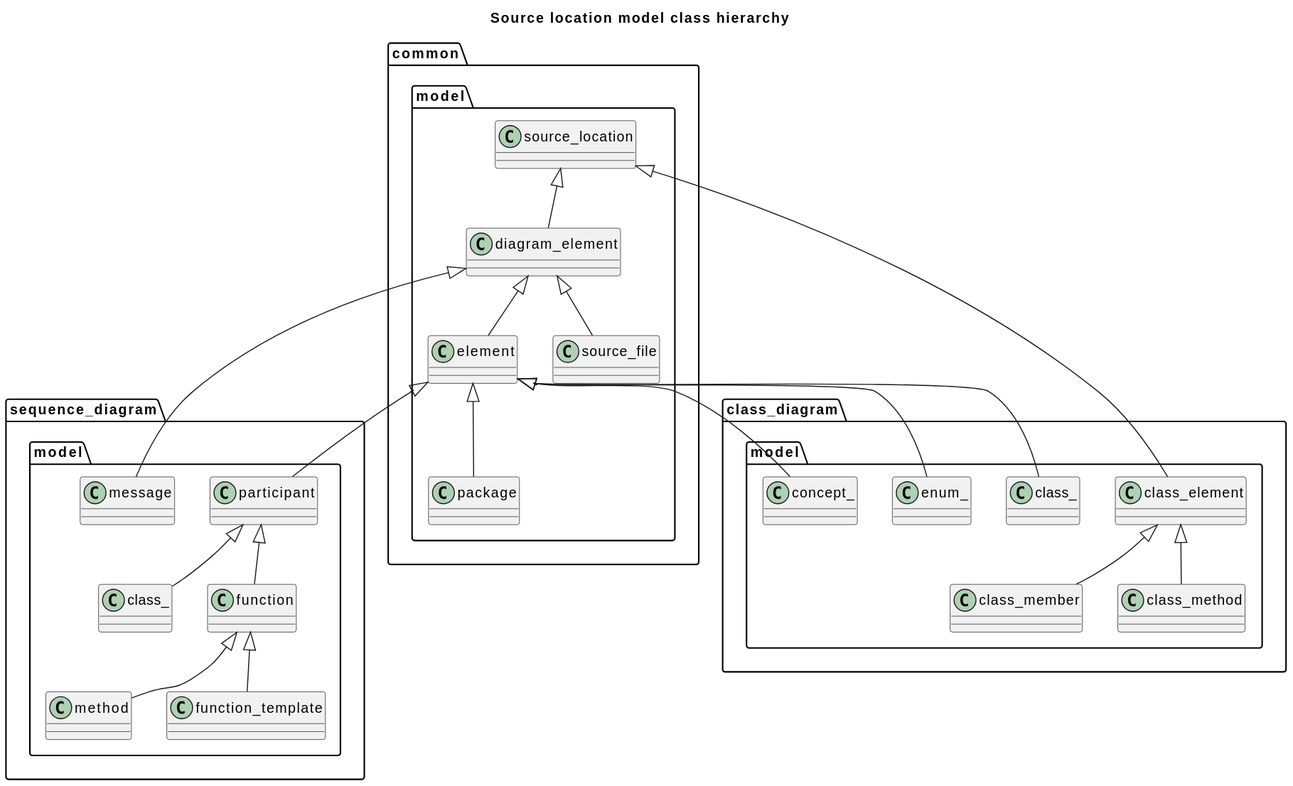
bkryza/clang-uml-examples keeps this PlantUML diagram as clang-uml/diagrams/source_location_hierarchy_class.svg. Above is the earlier version. Source of this version:
```plantuml
@startuml
title Source location model class hierarchy
package [common] as C_0000316605034920222648 {
package [model] as C_0000083721806430512831 {
class "source_location" as C_0000895261582183440230
class C_0000895261582183440230 [[classclanguml_1_1common_1_1model_1_1source__location.html{Base class of all diagram elements that have source location.}]] {
__
}
class "diagram_element" as C_0001073500714379115414
class C_0001073500714379115414 [[classclanguml_1_1common_1_1model_1_1diagram__element.html{Base class for standalone diagram elements.}]] {
__
}
class "element" as C_0002069520381434407937
class C_0002069520381434407937 [[classclanguml_1_1common_1_1model_1_1element.html{Base class for any element qualified by namespace.}]] {
__
}
class "source_file" as C_0000785714713072053129
class C_0000785714713072053129 [[classclanguml_1_1common_1_1model_1_1source__file.html{Diagram element representing some file or directory.}]] {
__
}
class "package" as C_0002143286684830686854
class C_0002143286684830686854 [[classclanguml_1_1common_1_1model_1_1package.html{Diagram element representing namespace or directory package}]] {
__
}
}
}
package [class_diagram] as C_0002240167036201725606 {
package [model] as C_0000897124234964432620 {
class "class_element" as C_0000605866861866358037
class C_0000605866861866358037 [[classclanguml_1_1class__diagram_1_1model_1_1class__element.html{Base class for class elements (e.g. member or method).}]] {
__
}
class "class_member" as C_0001796282762108527255
class C_0001796282762108527255 [[classclanguml_1_1class__diagram_1_1model_1_1class__member.html{Class member model.}]] {
__
}
class "class_method" as C_0000204145716468348671
class C_0000204145716468348671 [[classclanguml_1_1class__diagram_1_1model_1_1class__method.html{Class method model.}]] {
__
}
class "class_" as C_0001292034357466653182
class C_0001292034357466653182 [[classclanguml_1_1class__diagram_1_1model_1_1class__.html{Diagram element representing a class or class template.}]] {
__
}
class "enum_" as C_0000724392977093650506
class C_0000724392977093650506 [[classclanguml_1_1class__diagram_1_1model_1_1enum__.html{enum_}]] {
__
}
class "concept_" as C_0001374849051752224500
class C_0001374849051752224500 [[classclanguml_1_1class__diagram_1_1model_1_1concept__.html{Model of C++ concept.}]] {
__
}
}
}
package [sequence_diagram] as C_0001521862840957629236 {
package [model] as C_0002206969880830639264 {
class "participant" as C_0001400215772842495226
class C_0001400215772842495226 [[structclanguml_1_1sequence__diagram_1_1model_1_1participant.html{Base class for various types of sequence diagram participants}]] {
__
}
class "class_" as C_0000885514871619471610
class C_0000885514871619471610 [[structclanguml_1_1sequence__diagram_1_1model_1_1class__.html{Sequence diagram participant representing a class.}]] {
__
}
class "function" as C_0000232638456031681828
class C_0000232638456031681828 [[structclanguml_1_1sequence__diagram_1_1model_1_1function.html{Participant mode representing a free function.}]] {
__
}
class "method" as C_0000817665972547784504
class C_0000817665972547784504 [[structclanguml_1_1sequence__diagram_1_1model_1_1method.html{Participant model representing a method}]] {
__
}
class "function_template" as C_0002280191967493310558
class C_0002280191967493310558 [[structclanguml_1_1sequence__diagram_1_1model_1_1function__template.html{Participant model representing a function template.}]] {
__
}
class "message" as C_0002228653068706235818
class C_0002228653068706235818 [[classclanguml_1_1sequence__diagram_1_1model_1_1message.html{Model of a sequence diagram message.}]] {
__
}
}
}
C_0000895261582183440230 <|-- C_0001073500714379115414
C_0001073500714379115414 <|-- C_0002069520381434407937
C_0001073500714379115414 <|-- C_0000785714713072053129
C_0002069520381434407937 <|-- C_0002143286684830686854
C_0000895261582183440230 <|-- C_0000605866861866358037
C_0000605866861866358037 <|-- C_0001796282762108527255
C_0000605866861866358037 <|-- C_0000204145716468348671
C_0002069520381434407937 <|-- C_0001292034357466653182
C_0002069520381434407937 <|-- C_0000724392977093650506
C_0002069520381434407937 <|-- C_0001374849051752224500
C_0002069520381434407937 <|-- C_0001400215772842495226
C_0001400215772842495226 <|-- C_0000885514871619471610
C_0001400215772842495226 <|-- C_0000232638456031681828
C_0000232638456031681828 <|-- C_0000817665972547784504
C_0000232638456031681828 <|-- C_0002280191967493310558
C_0001073500714379115414 <|-- C_0002228653068706235818

@enduml
```
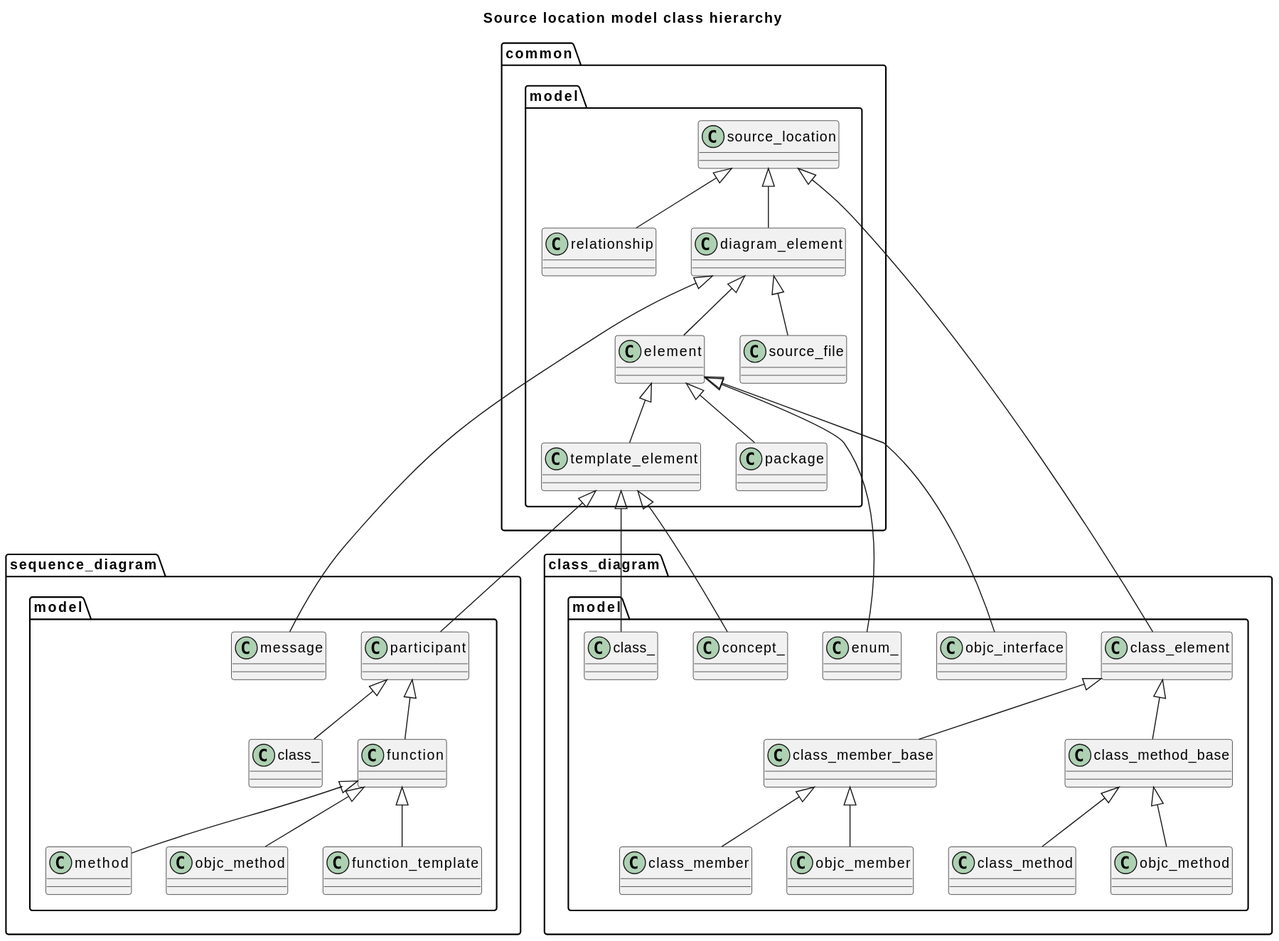
The same file after the commit.

Diff of the diagram source:
```diff
@@ -1,100 +1,140 @@
 @startuml
 title Source location model class hierarchy
-package [common] as C_0000316605034920222648 {
-package [model] as C_0000083721806430512831 {
-class "source_location" as C_0000895261582183440230
-class C_0000895261582183440230 [[classclanguml_1_1common_1_1model_1_1source__location.html{Base class of all diagram elements that have source location.}]] {
+package [common] as C_0002532840279361781187 {
+package [model] as C_0000669774451444102653 {
+class "source_location" as C_0007162092657467521843
+class C_0007162092657467521843 [[classclanguml_1_1common_1_1model_1_1source__location.html{Base class of all diagram elements that have source location.}]] {
 __
 }
-class "diagram_element" as C_0001073500714379115414
-class C_0001073500714379115414 [[classclanguml_1_1common_1_1model_1_1diagram__element.html{Base class for standalone diagram elements.}]] {
+class "relationship" as C_0016370694070378943411
+class C_0016370694070378943411 [[classclanguml_1_1common_1_1model_1_1relationship.html{Class representing any relationship other than inheritance}]] {
 __
 }
-class "element" as C_0002069520381434407937
-class C_0002069520381434407937 [[classclanguml_1_1common_1_1model_1_1element.html{Base class for any element qualified by namespace.}]] {
+class "diagram_element" as C_0008588005715032923314
+class C_0008588005715032923314 [[classclanguml_1_1common_1_1model_1_1diagram__element.html{Base class for standalone diagram elements.}]] {
 __
 }
-class "source_file" as C_0000785714713072053129
-class C_0000785714713072053129 [[classclanguml_1_1common_1_1model_1_1source__file.html{Diagram element representing some file or directory.}]] {
+class "element" as C_0016556163051475263500
+class C_0016556163051475263500 [[classclanguml_1_1common_1_1model_1_1element.html{Base class for any element qualified by namespace.}]] {
 __
 }
-class "package" as C_0002143286684830686854
-class C_0002143286684830686854 [[classclanguml_1_1common_1_1model_1_1package.html{Diagram element representing namespace or directory package}]] {
+class "template_element" as C_0013384831159811298387
+class C_0013384831159811298387 [[classclanguml_1_1common_1_1model_1_1template__element.html{Base class for any element qualified by namespace.}]] {
+__
+}
+class "source_file" as C_0006285717704576425038
+class C_0006285717704576425038 [[classclanguml_1_1common_1_1model_1_1source__file.html{Diagram element representing some file or directory.}]] {
+__
+}
+class "package" as C_0017146293478645494837
+class C_0017146293478645494837 [[classclanguml_1_1common_1_1model_1_1package.html{Diagram element representing namespace or directory package}]] {
 __
 }
 }
 }
-package [class_diagram] as C_0002240167036201725606 {
-package [model] as C_0000897124234964432620 {
-class "class_element" as C_0000605866861866358037
-class C_0000605866861866358037 [[classclanguml_1_1class__diagram_1_1model_1_1class__element.html{Base class for class elements (e.g. member or method).}]] {
+package [class_diagram] as C_0017921336289613804855 {
+package [model] as C_0007176993879715460962 {
+class "class_element" as C_0004846934894930864299
+class C_0004846934894930864299 [[classclanguml_1_1class__diagram_1_1model_1_1class__element.html{Base class for class elements (e.g. member or method).}]] {
 __
 }
-class "class_member" as C_0001796282762108527255
-class C_0001796282762108527255 [[classclanguml_1_1class__diagram_1_1model_1_1class__member.html{Class member model.}]] {
+class "class_member_base" as C_0014241292626575163322
+class C_0014241292626575163322 [[classclanguml_1_1class__diagram_1_1model_1_1class__member__base.html{Generic class member model.}]] {
 __
 }
-class "class_method" as C_0000204145716468348671
-class C_0000204145716468348671 [[classclanguml_1_1class__diagram_1_1model_1_1class__method.html{Class method model.}]] {
+class "class_member" as C_0014370262096868218046
+class C_0014370262096868218046 [[classclanguml_1_1class__diagram_1_1model_1_1class__member.html{Class member model.}]] {
 __
 }
-class "class_" as C_0001292034357466653182
-class C_0001292034357466653182 [[classclanguml_1_1class__diagram_1_1model_1_1class__.html{Diagram element representing a class or class template.}]] {
+class "class_method_base" as C_0018032026899693266441
+class C_0018032026899693266441 [[classclanguml_1_1class__diagram_1_1model_1_1class__method__base.html{Class method model.}]] {
 __
 }
-class "enum_" as C_0000724392977093650506
-class C_0000724392977093650506 [[classclanguml_1_1class__diagram_1_1model_1_1enum__.html{enum_}]] {
+class "class_method" as C_0001633165731746789371
+class C_0001633165731746789371 [[classclanguml_1_1class__diagram_1_1model_1_1class__method.html{Class method model.}]] {
 __
 }
-class "concept_" as C_0001374849051752224500
-class C_0001374849051752224500 [[classclanguml_1_1class__diagram_1_1model_1_1concept__.html{Model of C++ concept.}]] {
+class "class_" as C_0010336274859733225462
+class C_0010336274859733225462 [[classclanguml_1_1class__diagram_1_1model_1_1class__.html{Diagram element representing a class or class template.}]] {
+__
+}
+class "concept_" as C_0010998792414017796003
+class C_0010998792414017796003 [[classclanguml_1_1class__diagram_1_1model_1_1concept__.html{Model of C++ concept.}]] {
+__
+}
+class "enum_" as C_0005795143816749204050
+class C_0005795143816749204050 [[classclanguml_1_1class__diagram_1_1model_1_1enum__.html{Diagram element representing an enum.}]] {
+__
+}
+class "objc_member" as C_0007364672229966928495
+class C_0007364672229966928495 [[classclanguml_1_1class__diagram_1_1model_1_1objc__member.html{ObjC class member model.}]] {
+__
+}
+class "objc_method" as C_0002175636676684225778
+class C_0002175636676684225778 [[classclanguml_1_1class__diagram_1_1model_1_1objc__method.html{ObjC class method model.}]] {
+__
+}
+class "objc_interface" as C_0010166346108406727066
+class C_0010166346108406727066 [[classclanguml_1_1class__diagram_1_1model_1_1objc__interface.html{Diagram element representing an ObjC interface.}]] {
 __
 }
 }
 }
-package [sequence_diagram] as C_0001521862840957629236 {
-package [model] as C_0002206969880830639264 {
-class "participant" as C_0001400215772842495226
-class C_0001400215772842495226 [[structclanguml_1_1sequence__diagram_1_1model_1_1participant.html{Base class for various types of sequence diagram participants}]] {
+package [sequence_diagram] as C_0012174902727661033893 {
+package [model] as C_0017655759046645114118 {
+class "participant" as C_0011201726182739961811
+class C_0011201726182739961811 [[structclanguml_1_1sequence__diagram_1_1model_1_1participant.html{Base class for various types of sequence diagram participants}]] {
 __
 }
-class "class_" as C_0000885514871619471610
-class C_0000885514871619471610 [[structclanguml_1_1sequence__diagram_1_1model_1_1class__.html{Sequence diagram participant representing a class.}]] {
+class "class_" as C_0007084118972955772881
+class C_0007084118972955772881 [[structclanguml_1_1sequence__diagram_1_1model_1_1class__.html{Sequence diagram participant representing a class.}]] {
 __
 }
-class "function" as C_0000232638456031681828
-class C_0000232638456031681828 [[structclanguml_1_1sequence__diagram_1_1model_1_1function.html{Participant mode representing a free function.}]] {
+class "function" as C_0001861107648253454629
+class C_0001861107648253454629 [[structclanguml_1_1sequence__diagram_1_1model_1_1function.html{Participant mode representing a free function.}]] {
 __
 }
-class "method" as C_0000817665972547784504
-class C_0000817665972547784504 [[structclanguml_1_1sequence__diagram_1_1model_1_1method.html{Participant model representing a method}]] {
+class "method" as C_0006541327780382276039
+class C_0006541327780382276039 [[structclanguml_1_1sequence__diagram_1_1model_1_1method.html{Participant model representing a method}]] {
 __
 }
-class "function_template" as C_0002280191967493310558
-class C_0002280191967493310558 [[structclanguml_1_1sequence__diagram_1_1model_1_1function__template.html{Participant model representing a function template.}]] {
+class "objc_method" as C_0013742559556936917396
+class C_0013742559556936917396 [[structclanguml_1_1sequence__diagram_1_1model_1_1objc__method.html{objc_method}]] {
 __
 }
-class "message" as C_0002228653068706235818
-class C_0002228653068706235818 [[classclanguml_1_1sequence__diagram_1_1model_1_1message.html{Model of a sequence diagram message.}]] {
+class "function_template" as C_0018241535739946484465
+class C_0018241535739946484465 [[structclanguml_1_1sequence__diagram_1_1model_1_1function__template.html{Participant model representing a function template.}]] {
+__
+}
+class "message" as C_0017829224549649886549
+class C_0017829224549649886549 [[classclanguml_1_1sequence__diagram_1_1model_1_1message.html{Model of a sequence diagram message.}]] {
 __
 }
 }
 }
-C_0000895261582183440230 <|-- C_0001073500714379115414
-C_0001073500714379115414 <|-- C_0002069520381434407937
-C_0001073500714379115414 <|-- C_0000785714713072053129
-C_0002069520381434407937 <|-- C_0002143286684830686854
-C_0000895261582183440230 <|-- C_0000605866861866358037
-C_0000605866861866358037 <|-- C_0001796282762108527255
-C_0000605866861866358037 <|-- C_0000204145716468348671
-C_0002069520381434407937 <|-- C_0001292034357466653182
-C_0002069520381434407937 <|-- C_0000724392977093650506
-C_0002069520381434407937 <|-- C_0001374849051752224500
-C_0002069520381434407937 <|-- C_0001400215772842495226
-C_0001400215772842495226 <|-- C_0000885514871619471610
-C_0001400215772842495226 <|-- C_0000232638456031681828
-C_0000232638456031681828 <|-- C_0000817665972547784504
-C_0000232638456031681828 <|-- C_0002280191967493310558
-C_0001073500714379115414 <|-- C_0002228653068706235818
+C_0007162092657467521843 <|-- C_0016370694070378943411
+C_0007162092657467521843 <|-- C_0008588005715032923314
+C_0008588005715032923314 <|-- C_0016556163051475263500
+C_0016556163051475263500 <|-- C_0013384831159811298387
+C_0008588005715032923314 <|-- C_0006285717704576425038
+C_0016556163051475263500 <|-- C_0017146293478645494837
+C_0007162092657467521843 <|-- C_0004846934894930864299
+C_0004846934894930864299 <|-- C_0014241292626575163322
+C_0014241292626575163322 <|-- C_0014370262096868218046
+C_0004846934894930864299 <|-- C_0018032026899693266441
+C_0018032026899693266441 <|-- C_0001633165731746789371
+C_0013384831159811298387 <|-- C_0010336274859733225462
+C_0013384831159811298387 <|-- C_0010998792414017796003
+C_0016556163051475263500 <|-- C_0005795143816749204050
+C_0014241292626575163322 <|-- C_0007364672229966928495
+C_0018032026899693266441 <|-- C_0002175636676684225778
+C_0016556163051475263500 <|-- C_0010166346108406727066
+C_0013384831159811298387 <|-- C_0011201726182739961811
+C_0011201726182739961811 <|-- C_0007084118972955772881
+C_0011201726182739961811 <|-- C_0001861107648253454629
+C_0001861107648253454629 <|-- C_0006541327780382276039
+C_0001861107648253454629 <|-- C_0013742559556936917396
+C_0001861107648253454629 <|-- C_0018241535739946484465
+C_0008588005715032923314 <|-- C_0017829224549649886549
 
 @enduml
```
